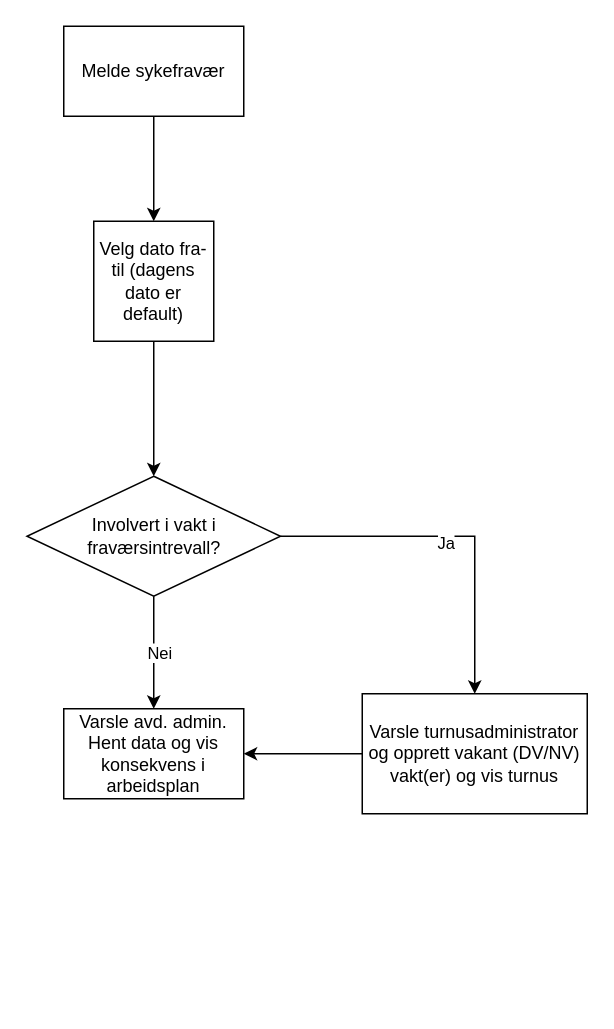
vegardlokreim/crm keeps this draw.io diagram as page "Melde sykefravær" (1 of 2) of Varsle sykefravær.drawio. Above is the earlier version. Source tidied: cells renumbered, new cells numbered last; positions are measured from the earlier drawing's top-left corner, leaving out a move shared by most shapes. Both pictures are drawn from the tidied source at 150%, with x=0, y=0 at pixel (26, 26).
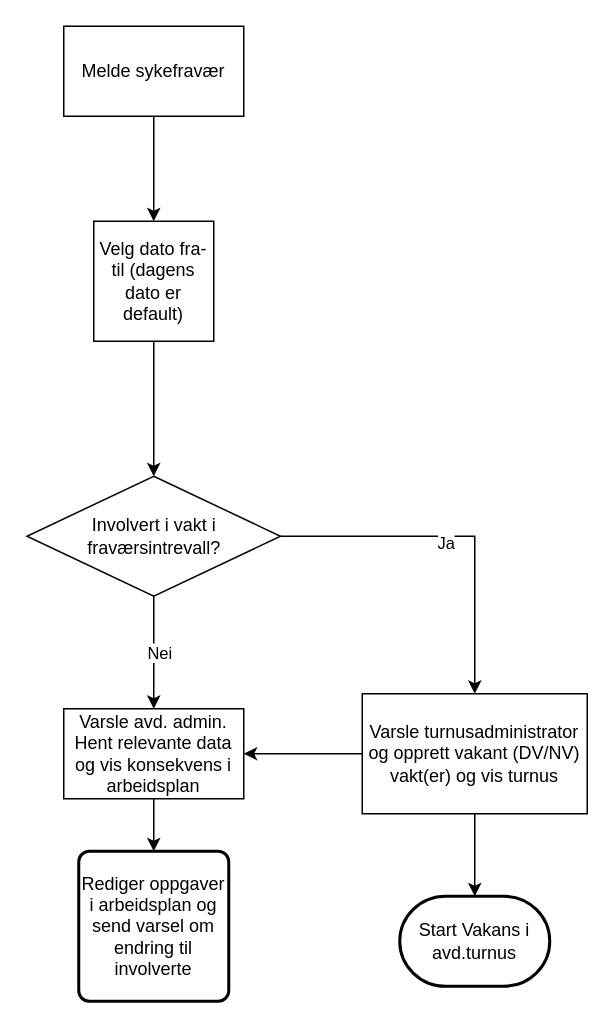
After the change.

What changed in the source:
```diff
@@
 <mxGraphModel>
   <root>
     <mxCell id="0" />
     <mxCell id="1" parent="0" />
     <mxCell id="2" style="edgeStyle=orthogonalEdgeStyle;rounded=0;jettySize=auto;html=1;" parent="1" edge="1" source="3">
       <mxGeometry relative="1" as="geometry">
         <mxPoint x="85" y="130" as="targetPoint" />
       </mxGeometry>
     </mxCell>
     <mxCell id="3" value="Melde sykefravær" style="rounded=0;whiteSpace=wrap;html=1;" parent="1" vertex="1">
       <mxGeometry x="25" width="120" height="60" as="geometry" />
     </mxCell>
     <mxCell id="4" style="edgeStyle=orthogonalEdgeStyle;rounded=0;jettySize=auto;html=1;" parent="1" edge="1" source="5" target="10">
       <mxGeometry relative="1" as="geometry" />
     </mxCell>
     <mxCell id="5" value="Velg dato fra-til (dagens dato er default)" style="whiteSpace=wrap;html=1;" parent="1" vertex="1">
       <mxGeometry x="45" y="130" width="80" height="80" as="geometry" />
     </mxCell>
     <mxCell id="6" style="edgeStyle=orthogonalEdgeStyle;rounded=0;jettySize=auto;html=1;" parent="1" edge="1" source="10" target="11">
       <mxGeometry relative="1" as="geometry" />
     </mxCell>
     <mxCell id="7" value="Nei" style="edgeLabel;html=1;align=center;verticalAlign=middle;" parent="6" vertex="1">
       <mxGeometry x="-0.01" y="3" relative="1" as="geometry" />
     </mxCell>
     <mxCell id="8" style="edgeStyle=orthogonalEdgeStyle;rounded=0;jettySize=auto;html=1;" parent="1" edge="1" source="10" target="13">
       <mxGeometry relative="1" as="geometry" />
     </mxCell>
     <mxCell id="9" value="Ja" style="edgeLabel;html=1;align=center;verticalAlign=middle;" parent="8" vertex="1">
       <mxGeometry x="-0.07" y="-4" relative="1" as="geometry">
         <mxPoint x="1" as="offset" />
       </mxGeometry>
     </mxCell>
     <mxCell id="10" value="Involvert i vakt i fraværsintrevall?" style="rhombus;whiteSpace=wrap;html=1;" parent="1" vertex="1">
       <mxGeometry x="0.5" y="300" width="169" height="80" as="geometry" />
     </mxCell>
+    <mxCell id="14" style="edgeStyle=orthogonalEdgeStyle;rounded=0;jettySize=auto;html=1;" parent="1" edge="1" source="11" target="17">
+      <mxGeometry relative="1" as="geometry" />
+    </mxCell>
-    <mxCell id="11" value="Varsle avd. admin.&lt;div&gt;Hent data og vis konsekvens i arbeidsplan&lt;/div&gt;" style="whiteSpace=wrap;html=1;" parent="1" vertex="1">
+    <mxCell id="11" value="Varsle avd. admin.&lt;div&gt;Hent relevante data og vis konsekvens i arbeidsplan&lt;/div&gt;" style="whiteSpace=wrap;html=1;" parent="1" vertex="1">
       <mxGeometry x="25" y="455" width="120" height="60" as="geometry" />
     </mxCell>
     <mxCell id="12" style="edgeStyle=orthogonalEdgeStyle;rounded=0;jettySize=auto;html=1;entryX=1;entryY=0.5;entryDx=0;entryDy=0;" parent="1" edge="1" source="13" target="11">
       <mxGeometry relative="1" as="geometry" />
     </mxCell>
+    <mxCell id="15" style="edgeStyle=orthogonalEdgeStyle;rounded=0;jettySize=auto;html=1;" parent="1" edge="1" source="13" target="16">
+      <mxGeometry relative="1" as="geometry" />
+    </mxCell>
     <mxCell id="13" value="Varsle turnusadministrator og opprett vakant (DV/NV) vakt(er) og vis turnus" style="whiteSpace=wrap;html=1;" parent="1" vertex="1">
       <mxGeometry x="224" y="445" width="150" height="80" as="geometry" />
     </mxCell>
+    <mxCell id="16" value="Start Vakans i avd.turnus" style="strokeWidth=2;html=1;shape=mxgraph.flowchart.terminator;whiteSpace=wrap;" parent="1" vertex="1">
+      <mxGeometry x="249" y="580" width="100" height="60" as="geometry" />
+    </mxCell>
+    <mxCell id="17" value="Rediger oppgaver i arbeidsplan og send varsel om endring til involverte" style="rounded=1;whiteSpace=wrap;html=1;absoluteArcSize=1;arcSize=14;strokeWidth=2;" parent="1" vertex="1">
+      <mxGeometry x="35" y="550" width="100" height="100" as="geometry" />
+    </mxCell>
   </root>
 </mxGraphModel>
```
